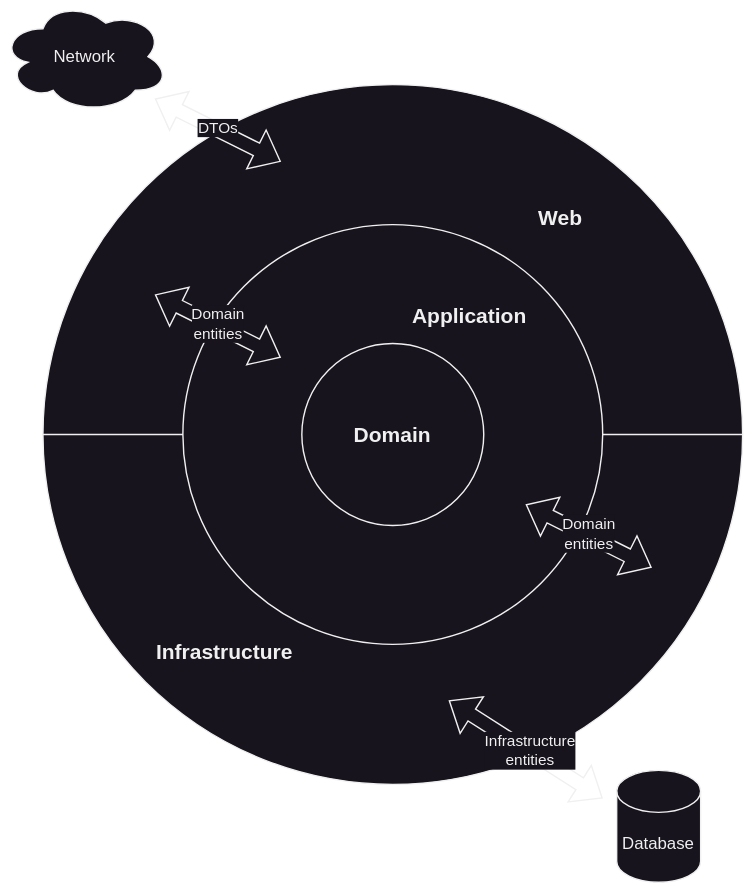
Before: docs/diagrams/ArchitectureDiagram.drawio.svg, a diagram exported from draw.io (KGergo88/CinemaTicketBookingSystemApi). Source tidied: cells renumbered, new cells last; positions are measured from the earlier drawing's top-left corner, leaving out a move shared by most shapes. Source of this version:
```xml
<mxGraphModel>
  <root>
    <mxCell id="0" />
    <mxCell id="1" parent="0" />
    <mxCell id="2" style="ellipse;whiteSpace=wrap;html=1;" parent="1" vertex="1">
      <mxGeometry x="30" y="60" width="500" height="500" as="geometry" />
    </mxCell>
    <mxCell id="3" style="endArrow=none;html=1;rounded=0;exitX=0;exitY=0.5;exitDx=0;exitDy=0;entryX=1;entryY=0.5;entryDx=0;entryDy=0;" parent="1" edge="1" source="2" target="2">
      <mxGeometry relative="1" as="geometry" />
    </mxCell>
    <mxCell id="4" value="Web" style="text;html=1;align=center;verticalAlign=middle;whiteSpace=wrap;rounded=0;fontStyle=1;fontSize=15;" parent="1" vertex="1">
      <mxGeometry x="370" y="140" width="60" height="30" as="geometry" />
    </mxCell>
    <mxCell id="5" style="ellipse;whiteSpace=wrap;html=1;" parent="1" vertex="1">
      <mxGeometry x="130" y="160" width="300" height="300" as="geometry" />
    </mxCell>
    <mxCell id="6" style="ellipse;whiteSpace=wrap;html=1;fontStyle=0;" parent="1" vertex="1">
      <mxGeometry x="215" y="245" width="130" height="130" as="geometry" />
    </mxCell>
    <mxCell id="7" value="Application" style="text;html=1;align=center;verticalAlign=middle;whiteSpace=wrap;rounded=0;fontStyle=1;fontSize=15;" parent="1" vertex="1">
      <mxGeometry x="305" y="210" width="60" height="30" as="geometry" />
    </mxCell>
    <mxCell id="8" value="Infrastructure" style="text;html=1;align=center;verticalAlign=middle;whiteSpace=wrap;rounded=0;fontStyle=1;fontSize=15;" parent="1" vertex="1">
      <mxGeometry x="130" y="450" width="60" height="30" as="geometry" />
    </mxCell>
    <mxCell id="9" value="Domain" style="text;html=1;align=center;verticalAlign=middle;whiteSpace=wrap;rounded=0;fontStyle=1;fontSize=15;" parent="1" vertex="1">
      <mxGeometry x="250" y="295" width="60" height="30" as="geometry" />
    </mxCell>
    <mxCell id="10" style="shape=flexArrow;endArrow=block;html=1;rounded=0;endFill=0;startArrow=block;" parent="1" edge="1">
      <mxGeometry relative="1" as="geometry">
        <mxPoint x="465" y="405" as="sourcePoint" />
        <mxPoint x="375" y="360" as="targetPoint" />
      </mxGeometry>
    </mxCell>
    <mxCell id="11" value="Domain&lt;br&gt;entities" style="edgeLabel;html=1;align=center;verticalAlign=middle;" parent="10" vertex="1">
      <mxGeometry x="-0.16" y="-3" relative="1" as="geometry">
        <mxPoint x="-9" y="-3" as="offset" />
      </mxGeometry>
    </mxCell>
    <mxCell id="12" style="shape=flexArrow;endArrow=block;html=1;rounded=0;endFill=0;startArrow=block;" parent="1" edge="1">
      <mxGeometry relative="1" as="geometry">
        <mxPoint x="200" y="255" as="sourcePoint" />
        <mxPoint x="110" y="210" as="targetPoint" />
      </mxGeometry>
    </mxCell>
    <mxCell id="13" value="Domain&lt;br&gt;entities" style="edgeLabel;html=1;align=center;verticalAlign=middle;" parent="12" vertex="1">
      <mxGeometry x="-0.16" y="-3" relative="1" as="geometry">
        <mxPoint x="-9" y="-3" as="offset" />
      </mxGeometry>
    </mxCell>
    <mxCell id="14" style="shape=flexArrow;endArrow=block;html=1;rounded=0;endFill=0;startArrow=block;" parent="1" edge="1">
      <mxGeometry relative="1" as="geometry">
        <mxPoint x="200" y="115" as="sourcePoint" />
        <mxPoint x="110" y="70" as="targetPoint" />
      </mxGeometry>
    </mxCell>
    <mxCell id="15" value="DTOs" style="edgeLabel;html=1;align=center;verticalAlign=middle;" parent="14" vertex="1">
      <mxGeometry x="-0.16" y="-3" relative="1" as="geometry">
        <mxPoint x="-9" y="-3" as="offset" />
      </mxGeometry>
    </mxCell>
    <mxCell id="16" style="shape=flexArrow;endArrow=block;html=1;rounded=0;endFill=0;startArrow=block;" parent="1" edge="1">
      <mxGeometry relative="1" as="geometry">
        <mxPoint x="430" y="570" as="sourcePoint" />
        <mxPoint x="320" y="500" as="targetPoint" />
      </mxGeometry>
    </mxCell>
    <mxCell id="17" value="Infrastructure&lt;br&gt;entities" style="edgeLabel;html=1;align=center;verticalAlign=middle;" parent="16" vertex="1">
      <mxGeometry x="-0.16" y="-3" relative="1" as="geometry">
        <mxPoint x="-9" y="-3" as="offset" />
      </mxGeometry>
    </mxCell>
    <mxCell id="18" value="Network" style="ellipse;shape=cloud;whiteSpace=wrap;html=1;" parent="1" vertex="1">
      <mxGeometry width="120" height="80" as="geometry" />
    </mxCell>
    <mxCell id="19" value="Database" style="shape=cylinder3;whiteSpace=wrap;html=1;boundedLbl=1;backgroundOutline=1;size=15;" parent="1" vertex="1">
      <mxGeometry x="440" y="550" width="60" height="80" as="geometry" />
    </mxCell>
  </root>
</mxGraphModel>
```
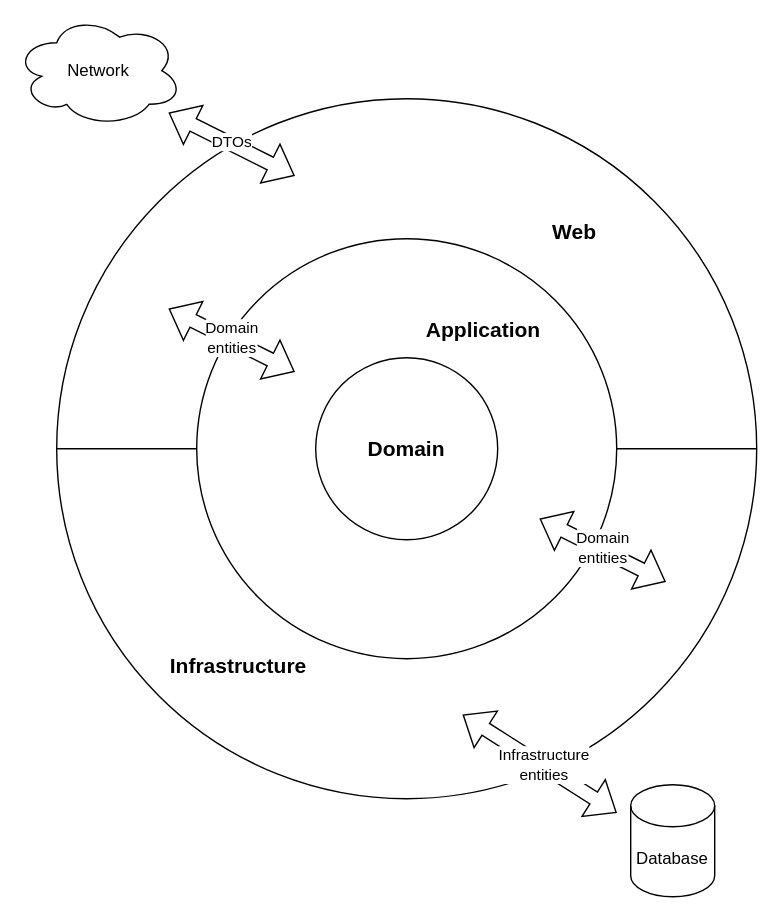
After the change.

What changed in the source:
```diff
@@ -2,6 +2,9 @@
   <root>
     <mxCell id="0" />
     <mxCell id="1" parent="0" />
+    <mxCell id="20" style="rounded=0;whiteSpace=wrap;html=1;strokeColor=none;" parent="1" vertex="1">
+      <mxGeometry x="-10" y="-10" width="550" height="650" as="geometry" />
+    </mxCell>
     <mxCell id="2" style="ellipse;whiteSpace=wrap;html=1;" parent="1" vertex="1">
       <mxGeometry x="30" y="60" width="500" height="500" as="geometry" />
     </mxCell>
```
